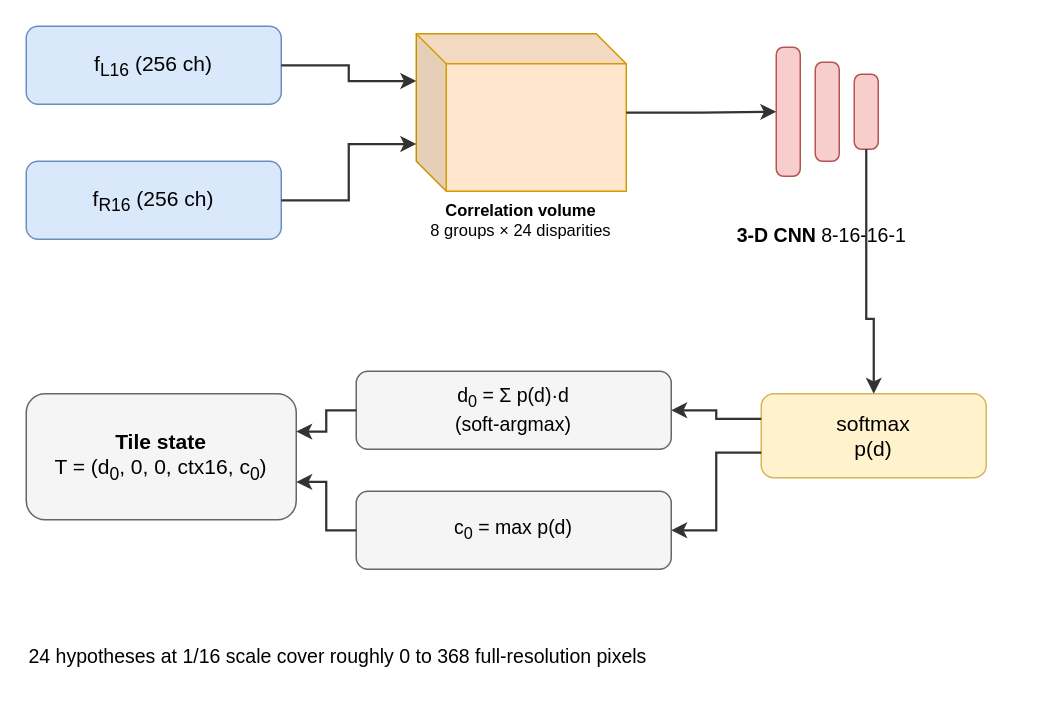
This is thesis/book/figures/fig_3_3_tile_init.drawio from abrar-nazib/StereoLite, a draw.io file, before an edit. Source tidied: cells renumbered, new cells numbered last; positions are measured from the earlier drawing's top-left corner, leaving out a move shared by most shapes. Both pictures are drawn from the tidied source at 150%, with x=0, y=0 at pixel (26, 26).
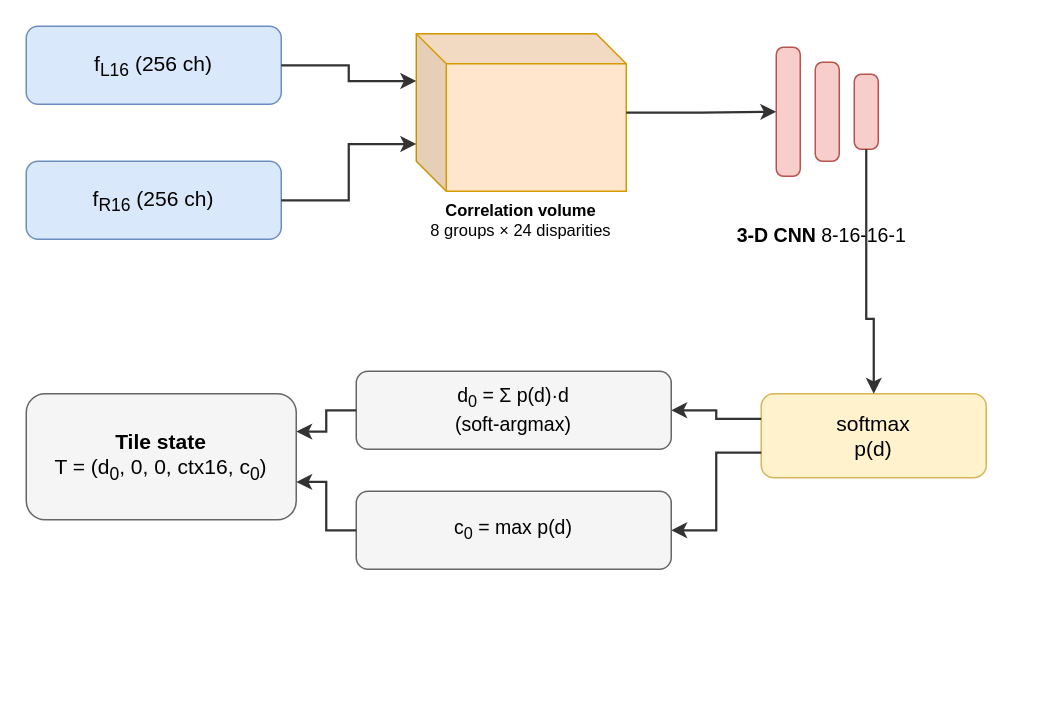
The same diagram, later.

What changed in the source:
```diff
@@
-    <mxCell id="21" value="24 hypotheses at 1/16 scale cover roughly 0 to 368 full-resolution pixels" style="text;html=1;align=left;verticalAlign=middle;fontSize=13;fontColor=#000000;" parent="1" vertex="1">
-      <mxGeometry y="405" width="660" height="30" as="geometry" />
-    </mxCell>
```
